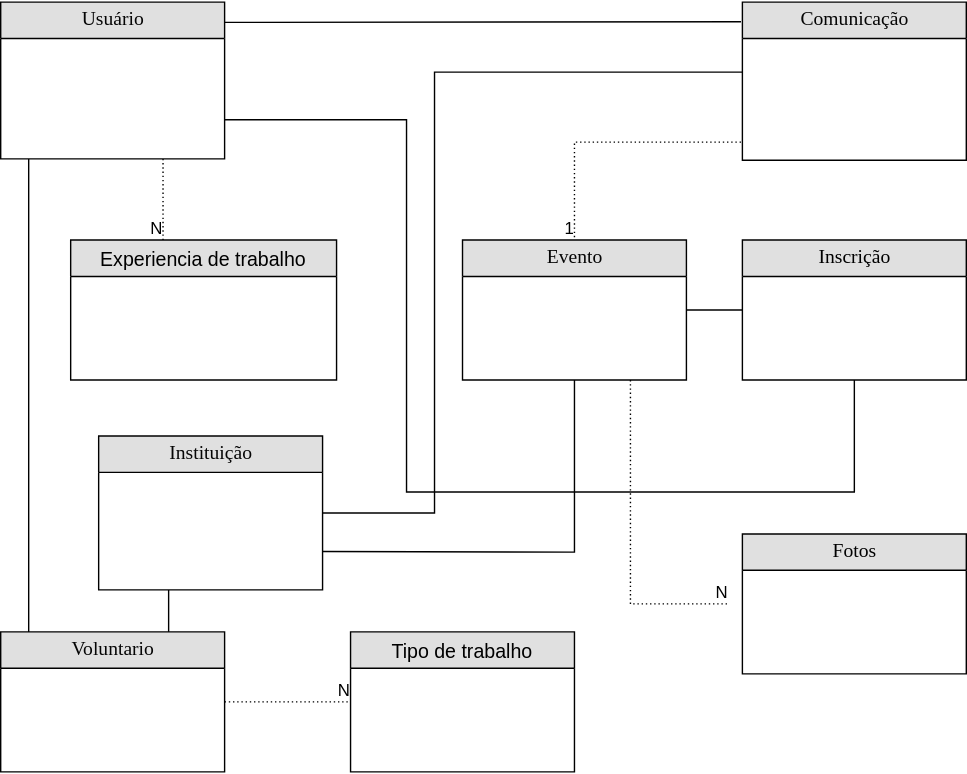
This is Documentacao/Diagramas/MER_base.drawio.svg from frbatist/VemDoBem.Api, a draw.io export, as it was before one commit. Source tidied: cells renumbered, new cells last; positions are measured from the earlier drawing's top-left corner, leaving out a move shared by most shapes.
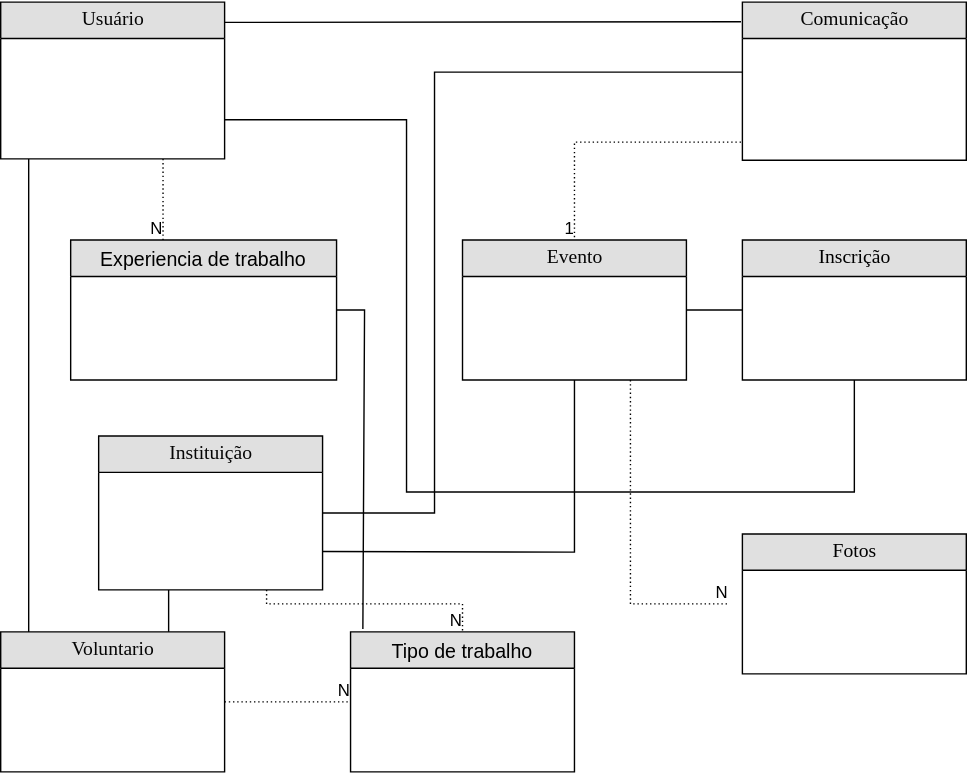
After the commit.

What changed in the source:
```diff
@@ -134,5 +134,23 @@
     <mxCell id="33" value="N" style="html=1;align=right;verticalAlign=bottom;" parent="32" vertex="1">
       <mxGeometry x="1" relative="1" as="geometry" />
     </mxCell>
+    <mxCell id="34" style="endArrow=none;html=1;rounded=0;dashed=1;dashPattern=1 2;exitX=0.75;exitY=1;exitDx=0;exitDy=0;entryX=0.5;entryY=0;entryDx=0;entryDy=0;" parent="1" edge="1" source="27" target="26">
+      <mxGeometry relative="1" as="geometry">
+        <Array as="points">
+          <mxPoint x="190" y="430" />
+          <mxPoint x="330" y="430" />
+        </Array>
+      </mxGeometry>
+    </mxCell>
+    <mxCell id="35" value="N" style="html=1;align=right;verticalAlign=bottom;" parent="34" vertex="1">
+      <mxGeometry x="1" relative="1" as="geometry" />
+    </mxCell>
+    <mxCell id="36" style="endArrow=none;html=1;rounded=0;exitX=1;exitY=0.5;exitDx=0;exitDy=0;entryX=0.055;entryY=-0.02;entryDx=0;entryDy=0;entryPerimeter=0;" parent="1" edge="1" source="31" target="26">
+      <mxGeometry relative="1" as="geometry">
+        <Array as="points">
+          <mxPoint x="260" y="220" />
+        </Array>
+      </mxGeometry>
+    </mxCell>
   </root>
 </mxGraphModel>
```
